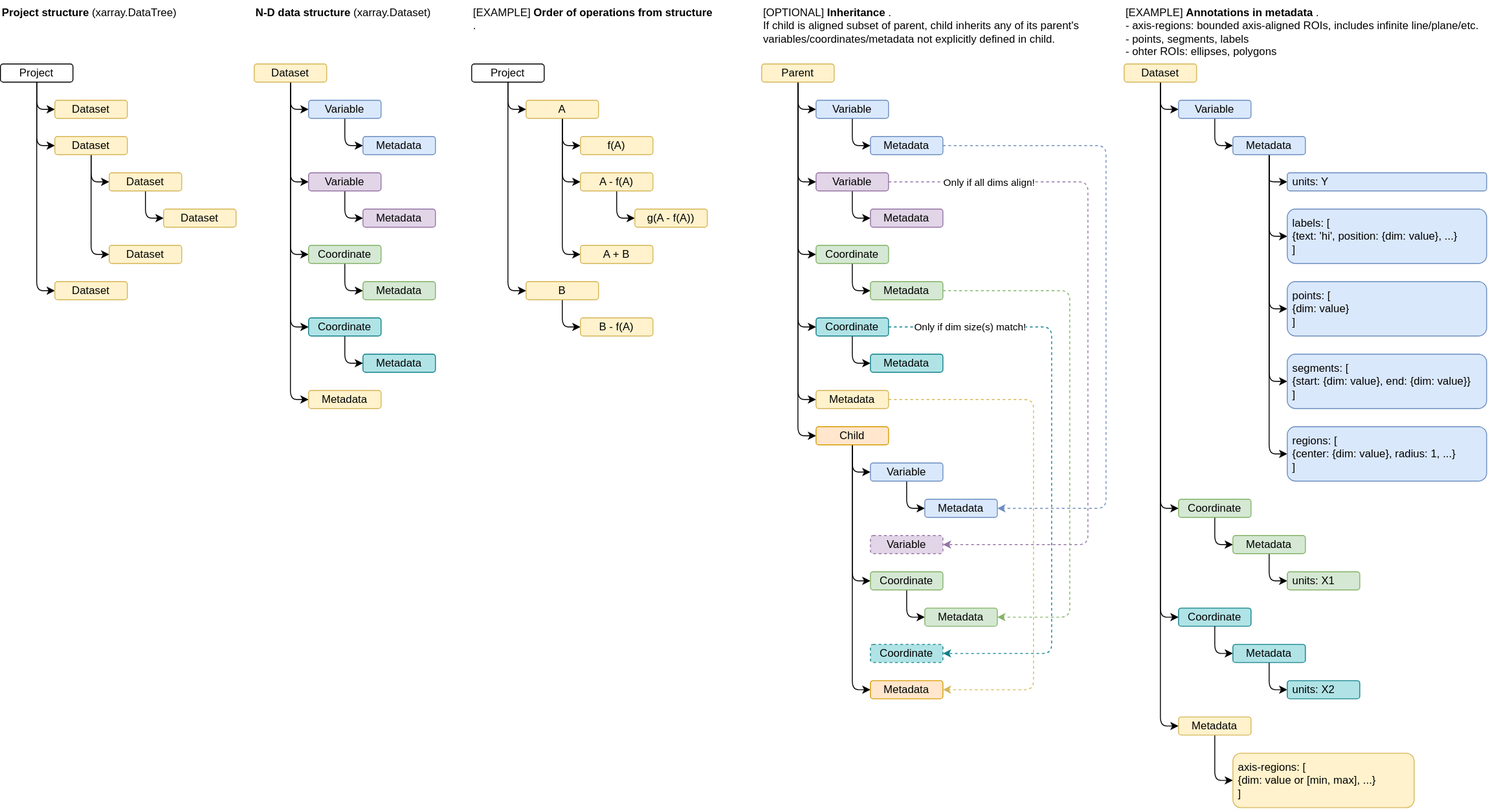
marcel-goldschen-ohm/xarray-graph keeps this draw.io diagram as docs/data-structure.drawio.svg. Above is the earlier version. Source tidied: cells renumbered, new cells last; positions are measured from the earlier drawing's top-left corner, leaving out a move shared by most shapes.
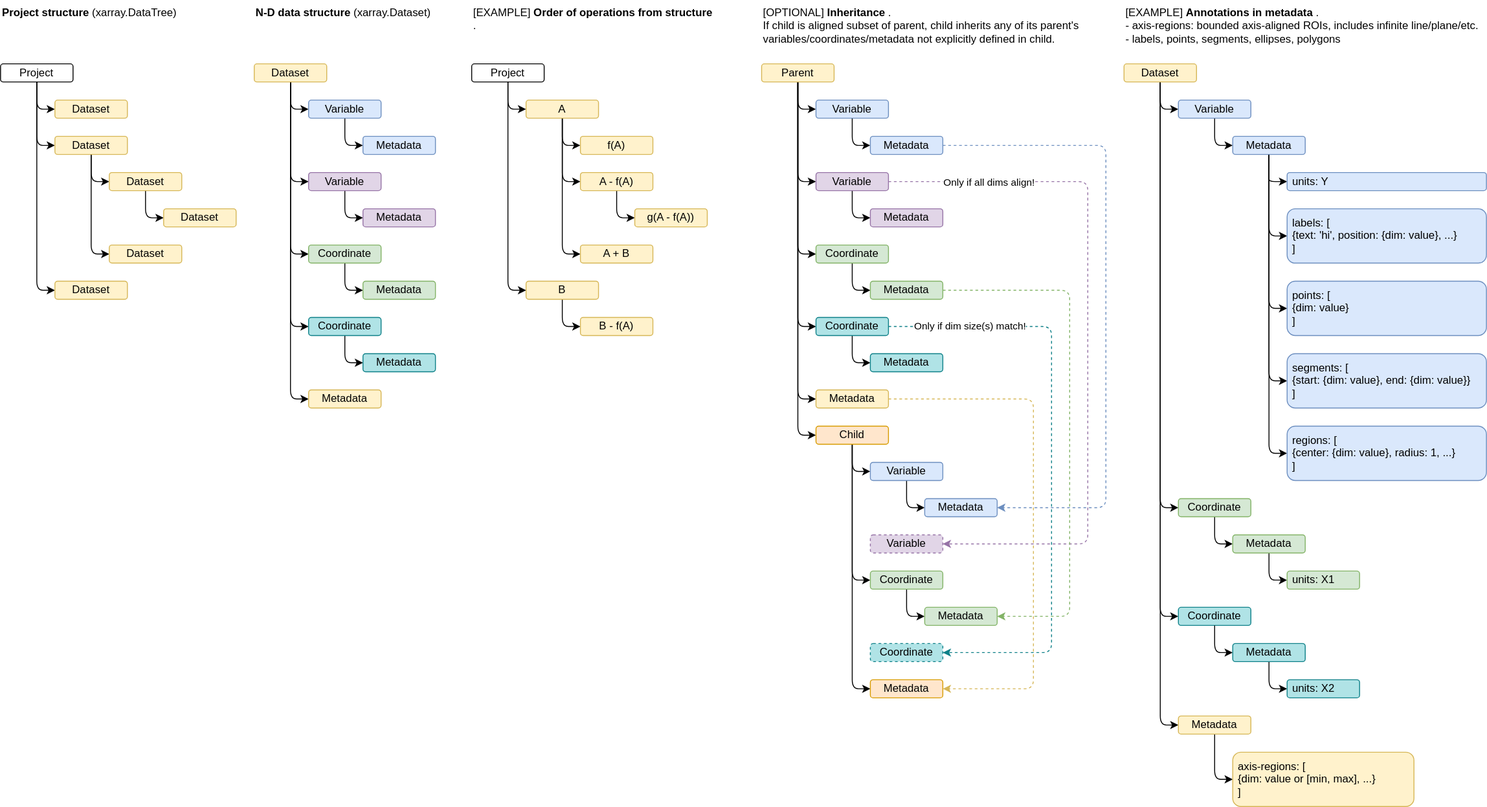
The same file after the commit.

The edit, as a diff of the source:
```diff
@@ -449,7 +449,7 @@
     <mxCell id="91" value="Metadata" style="rounded=1;whiteSpace=wrap;html=1;fillColor=#ffe6cc;strokeColor=#d79b00;" parent="1" vertex="1">
       <mxGeometry x="960" y="750" width="80" height="20" as="geometry" />
     </mxCell>
-    <mxCell id="92" value="[EXAMPLE]&amp;nbsp;&lt;b&gt;Annotations in metadata&lt;/b&gt;.&lt;br&gt;- axis-regions: bounded axis-aligned ROIs, includes infinite line/plane/etc.&lt;br&gt;- points, segments, labels&lt;br&gt;- ohter ROIs: ellipses, polygons" style="text;html=1;strokeColor=none;fillColor=none;align=left;verticalAlign=top;whiteSpace=wrap;rounded=0;" parent="1" vertex="1">
+    <mxCell id="92" value="[EXAMPLE]&amp;nbsp;&lt;b&gt;Annotations in metadata&lt;/b&gt;.&lt;br&gt;- axis-regions: bounded axis-aligned ROIs, includes infinite line/plane/etc.&lt;br&gt;- labels, points, segments, ellipses, polygons" style="text;html=1;strokeColor=none;fillColor=none;align=left;verticalAlign=top;whiteSpace=wrap;rounded=0;" parent="1" vertex="1">
       <mxGeometry x="1240" width="400" height="60" as="geometry" />
     </mxCell>
     <mxCell id="93" style="edgeStyle=none;html=1;exitX=0.5;exitY=1;exitDx=0;exitDy=0;entryX=0;entryY=0.5;entryDx=0;entryDy=0;" parent="1" edge="1" source="97" target="99">
```
